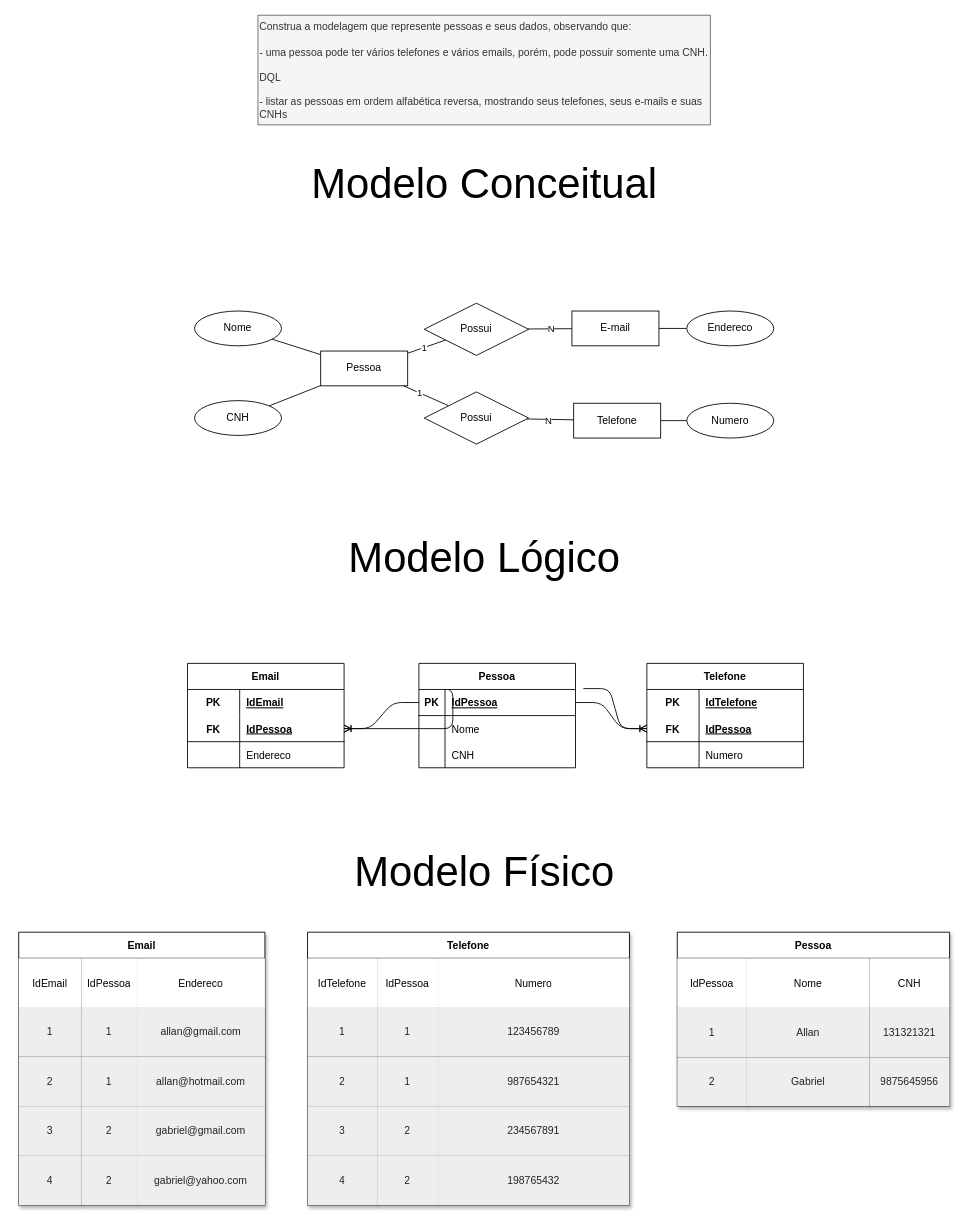
AllanR1991/Senai-2SM keeps this draw.io diagram as BancoDeDados/Aula3-24-07-Atividade-ModeloEntidadeRelacionamento/1.1-exercicio-pessoas/Atividade-1.1.drawio. Above is the earlier version. Source tidied: cells renumbered, new cells numbered last; positions are measured from the earlier drawing's top-left corner, leaving out a move shared by most shapes. Both pictures are drawn from the tidied source at 87%, with x=0, y=0 at pixel (18, 15).
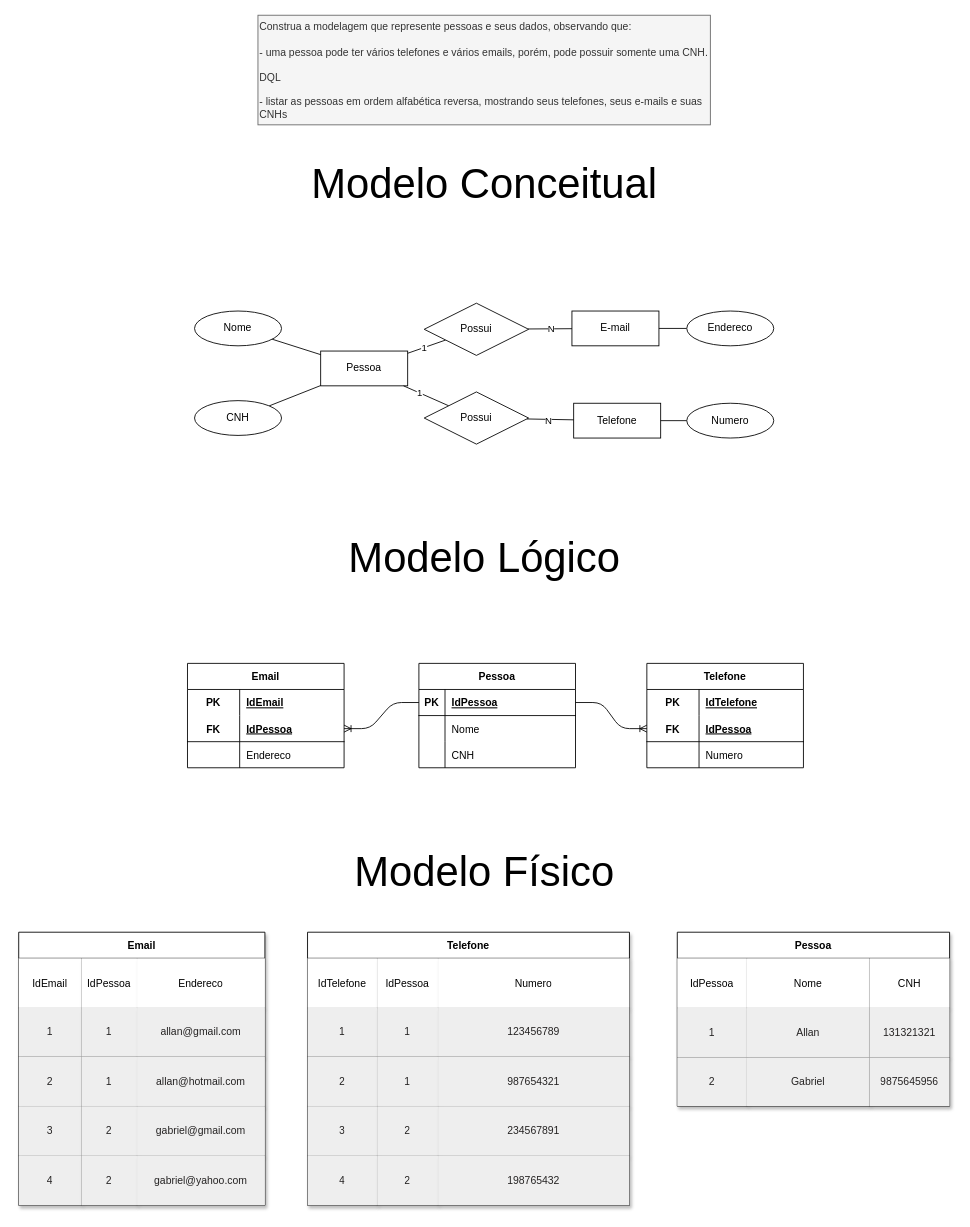
The same page after the edit.

Commit message:
Corrigido atividade 1.1

The change refers to these unchanged cells:
```xml
<mxCell id="57" style="shape=tableRow;horizontal=0;startSize=0;swimlaneHead=0;swimlaneBody=0;fillColor=none;points=[[0,0.5],[1,0.5]];portConstraint=eastwest;top=0;left=0;right=0;bottom=1;" parent="53" vertex="1">
  <mxGeometry y="60" width="180" height="30" as="geometry" />
</mxCell>
<mxCell id="73" style="shape=tableRow;horizontal=0;startSize=0;swimlaneHead=0;swimlaneBody=0;fillColor=none;points=[[0,0.5],[1,0.5]];portConstraint=eastwest;top=0;left=0;right=0;bottom=1;" parent="69" vertex="1">
  <mxGeometry y="60" width="180" height="30" as="geometry" />
</mxCell>
```

Change to the diagram source:
```diff
@@
-    <mxCell id="79" style="edgeStyle=entityRelationEdgeStyle;fontSize=12;html=1;endArrow=ERoneToMany;" parent="1" edge="1" target="57">
-      <mxGeometry relative="1" as="geometry">
-        <mxPoint x="469" y="774" as="sourcePoint" />
-      </mxGeometry>
-    </mxCell>
-    <mxCell id="80" style="edgeStyle=entityRelationEdgeStyle;fontSize=12;html=1;endArrow=ERoneToMany;" parent="1" edge="1" target="73">
-      <mxGeometry relative="1" as="geometry">
-        <mxPoint x="649" y="774" as="sourcePoint" />
-      </mxGeometry>
-    </mxCell>
```
